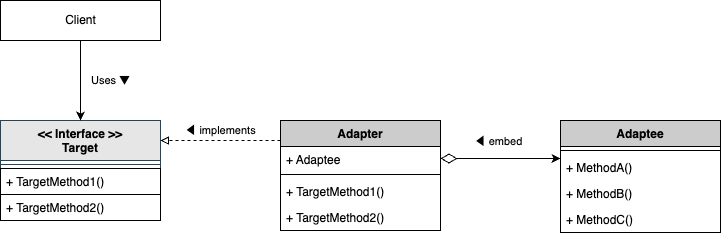
The draw.io diagram internal/patterns/adapter/.docs/class-diagram.drawio.png in sh-yamaga/design-patterns-go, before a commit. Source tidied: cells renumbered, new cells last; positions are measured from the earlier drawing's top-left corner, leaving out a move shared by most shapes.
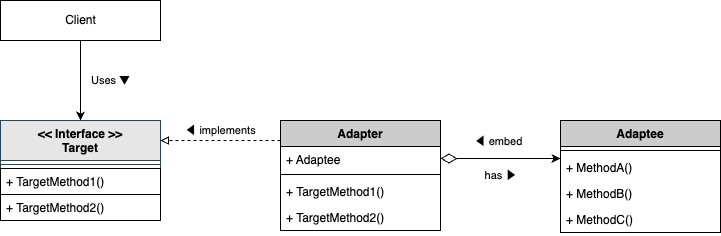
Above is the later version.

Diff of the diagram source:
```diff
@@ -75,5 +75,8 @@
         <mxPoint x="-2" y="-17" as="offset" />
       </mxGeometry>
     </mxCell>
+    <mxCell id="23" value="has ▶︎" style="edgeLabel;html=1;align=center;verticalAlign=middle;labelBackgroundColor=none;strokeColor=#000000;fontColor=#000000;fillColor=default;" parent="1" vertex="1">
+      <mxGeometry x="500" y="175" as="geometry" />
+    </mxCell>
   </root>
 </mxGraphModel>
```
